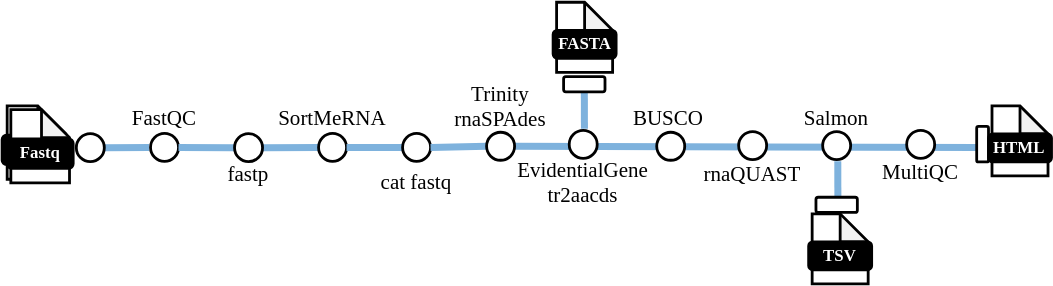
Before: docs/images/transfuse_metro_map.drawio.svg, a diagram exported from draw.io (avani-bhojwani/TransFuse). Source tidied: cells renumbered, new cells last; positions are measured from the earlier drawing's top-left corner, leaving out a move shared by most shapes.
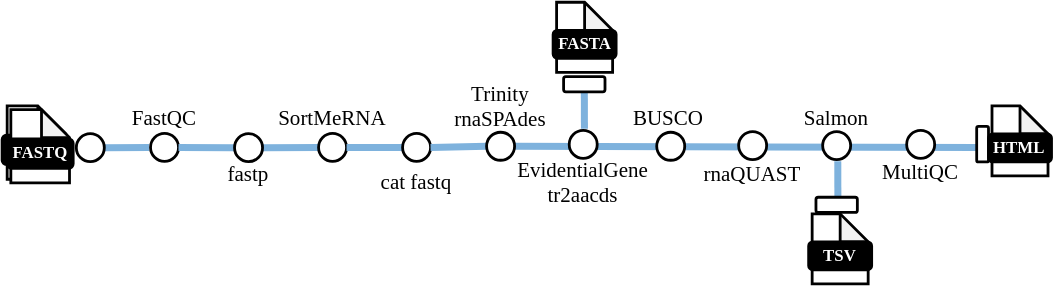
Above is the later version.

The edit, as a diff of the source:
```diff
@@ -31,7 +31,7 @@
     <mxCell id="10" style="shape=note;whiteSpace=wrap;html=1;backgroundOutline=1;darkOpacity=0.05;rounded=1;size=20;strokeWidth=2;" parent="7" vertex="1">
       <mxGeometry x="6.2" y="2.6" width="41.9" height="52.4" as="geometry" />
     </mxCell>
-    <mxCell id="11" value="&lt;font color=&quot;#ffffff&quot; style=&quot;font-size: 12px;&quot;&gt;&lt;b style=&quot;font-size: 12px;&quot;&gt;&lt;font style=&quot;font-size: 12px;&quot;&gt;Fastq&lt;/font&gt;&lt;/b&gt;&lt;/font&gt;" style="rounded=1;whiteSpace=wrap;html=1;strokeWidth=2;fillColor=#000000;fontSize=12;fontFamily=Maven Pro;fontSource=https%3A%2F%2Ffonts.googleapis.com%2Fcss%3Ffamily%3DMaven%2BPro;" parent="7" vertex="1">
+    <mxCell id="11" value="&lt;font color=&quot;#ffffff&quot;&gt;&lt;b&gt;FASTQ&lt;/b&gt;&lt;/font&gt;" style="rounded=1;whiteSpace=wrap;html=1;strokeWidth=2;fillColor=#000000;fontSize=12;fontFamily=Maven Pro;fontSource=https%3A%2F%2Ffonts.googleapis.com%2Fcss%3Ffamily%3DMaven%2BPro;" parent="7" vertex="1">
       <mxGeometry x="3.6" y="23.6" width="47.1" height="21" as="geometry" />
     </mxCell>
     <mxCell id="12" value="&lt;font style=&quot;font-size: 15px;&quot;&gt;SortMeRNA&lt;/font&gt;" style="text;html=1;strokeColor=none;fillColor=none;align=center;verticalAlign=middle;whiteSpace=wrap;rounded=0;fontFamily=Maven Pro;fontSource=https%3A%2F%2Ffonts.googleapis.com%2Fcss%3Ffamily%3DMaven%2BPro;fontSize=15;fontColor=#000000;" parent="1" vertex="1">
```
